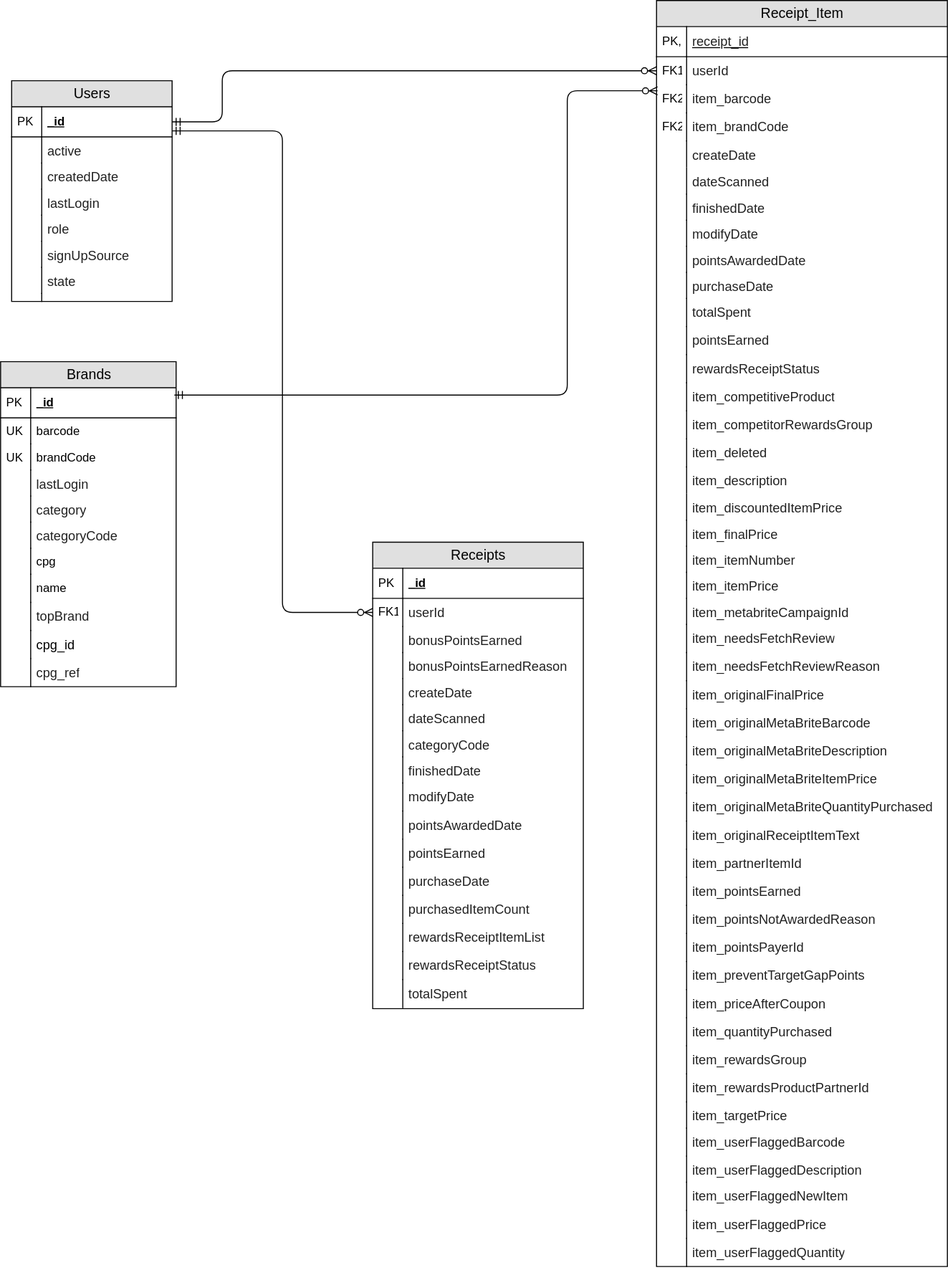
The draw.io diagram Fetch_Data_Model-Page-2.drawio.svg in mooney312/Fetch_Data_Analysis, before a commit. Source tidied: cells renumbered, new cells last; positions are measured from the earlier drawing's top-left corner, leaving out a move shared by most shapes.
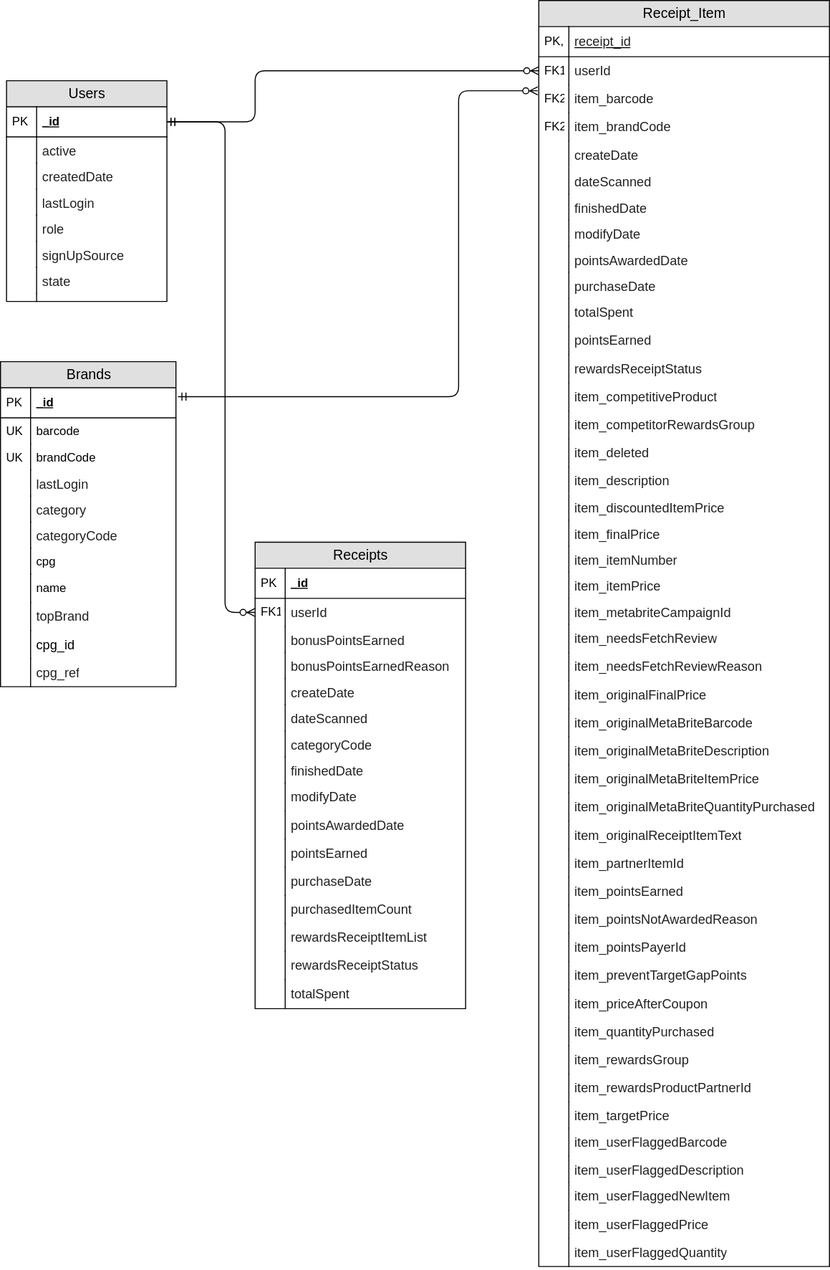
After the commit.

Diff of the diagram source:
```diff
@@ -3,7 +3,7 @@
     <mxCell id="0" />
     <mxCell id="1" parent="0" />
     <mxCell id="2" value="&lt;font face=&quot;Helvetica&quot;&gt;Users&lt;/font&gt;" style="swimlane;html=1;fontStyle=0;horizontal=1;startSize=26;fillColor=#e0e0e0;swimlaneFillColor=#ffffff;align=center;rounded=0;shadow=0;comic=0;labelBackgroundColor=none;strokeWidth=1;fontFamily=Verdana;fontSize=14;" parent="1" vertex="1">
-      <mxGeometry x="11" y="80" width="160" height="220" as="geometry" />
+      <mxGeometry x="123" y="80" width="160" height="220" as="geometry" />
     </mxCell>
     <mxCell id="3" value="_id" style="shape=partialRectangle;top=0;left=0;right=0;bottom=1;html=1;align=left;verticalAlign=middle;fillColor=none;spacingLeft=34;spacingRight=4;whiteSpace=wrap;overflow=hidden;points=[[0,0.5],[1,0.5]];portConstraint=eastwest;fontStyle=5;" parent="2" vertex="1">
       <mxGeometry y="26" width="160" height="30" as="geometry" />
@@ -54,7 +54,7 @@
       <mxGeometry width="30" height="8" as="geometry" />
     </mxCell>
     <mxCell id="19" value="&lt;font face=&quot;Helvetica&quot;&gt;Brands&lt;/font&gt;" style="swimlane;html=1;fontStyle=0;horizontal=1;startSize=26;fillColor=#e0e0e0;swimlaneFillColor=#ffffff;align=center;rounded=0;shadow=0;comic=0;labelBackgroundColor=none;strokeWidth=1;fontFamily=Verdana;fontSize=14;" parent="1" vertex="1">
-      <mxGeometry y="360" width="175" height="324" as="geometry" />
+      <mxGeometry x="117" y="360" width="175" height="324" as="geometry" />
     </mxCell>
     <mxCell id="20" value="_id" style="shape=partialRectangle;top=0;left=0;right=0;bottom=1;html=1;align=left;verticalAlign=middle;fillColor=none;spacingLeft=34;spacingRight=4;whiteSpace=wrap;overflow=hidden;fontStyle=5;" parent="19" vertex="1">
       <mxGeometry y="26" width="175" height="30" as="geometry" />
@@ -494,29 +494,29 @@
     <mxCell id="165" style="shape=partialRectangle;top=0;left=0;bottom=0;html=1;fillColor=none;align=left;verticalAlign=top;spacingLeft=4;spacingRight=4;whiteSpace=wrap;overflow=hidden;" parent="164" vertex="1">
       <mxGeometry width="30" height="28" as="geometry" />
     </mxCell>
-    <mxCell id="166" style="edgeStyle=orthogonalEdgeStyle;html=1;endArrow=ERzeroToMany;startArrow=ERmandOne;labelBackgroundColor=none;fontFamily=Verdana;fontSize=14;exitX=0.99;exitY=0.81;exitDx=0;exitDy=0;exitPerimeter=0;" parent="1" edge="1">
+    <mxCell id="166" style="edgeStyle=orthogonalEdgeStyle;html=1;endArrow=ERzeroToMany;startArrow=ERmandOne;labelBackgroundColor=none;fontFamily=Verdana;fontSize=14;exitX=0.96;exitY=0.297;exitDx=0;exitDy=0;exitPerimeter=0;" parent="1" edge="1">
       <mxGeometry relative="1" as="geometry">
-        <mxPoint x="173.2" y="393.3" as="sourcePoint" />
-        <mxPoint x="655" y="90" as="targetPoint" />
+        <mxPoint x="294" y="394.9" as="sourcePoint" />
+        <mxPoint x="653" y="90" as="targetPoint" />
         <Array as="points">
-          <mxPoint x="565" y="393" />
-          <mxPoint x="565" y="90" />
+          <mxPoint x="574" y="395" />
+          <mxPoint x="574" y="90" />
         </Array>
       </mxGeometry>
     </mxCell>
     <mxCell id="167" style="edgeStyle=orthogonalEdgeStyle;html=1;endArrow=ERzeroToMany;startArrow=ERmandOne;labelBackgroundColor=none;fontFamily=Verdana;fontSize=14;entryX=0;entryY=0.5;entryDx=0;entryDy=0;exitX=1;exitY=0.5;exitDx=0;exitDy=0;" parent="1" edge="1" source="3" target="78">
       <mxGeometry relative="1" as="geometry">
         <Array as="points">
-          <mxPoint x="221" y="121" />
-          <mxPoint x="221" y="70" />
+          <mxPoint x="371" y="121" />
+          <mxPoint x="371" y="70" />
         </Array>
       </mxGeometry>
     </mxCell>
     <mxCell id="168" style="edgeStyle=orthogonalEdgeStyle;html=1;endArrow=ERzeroToMany;startArrow=ERmandOne;labelBackgroundColor=none;fontFamily=Verdana;fontSize=14;entryX=0;entryY=0.5;entryDx=0;entryDy=0;" parent="1" edge="1" source="3" target="45">
       <mxGeometry relative="1" as="geometry">
         <Array as="points">
-          <mxPoint x="281" y="130" />
-          <mxPoint x="281" y="610" />
+          <mxPoint x="341" y="121" />
+          <mxPoint x="341" y="610" />
         </Array>
       </mxGeometry>
     </mxCell>
```
